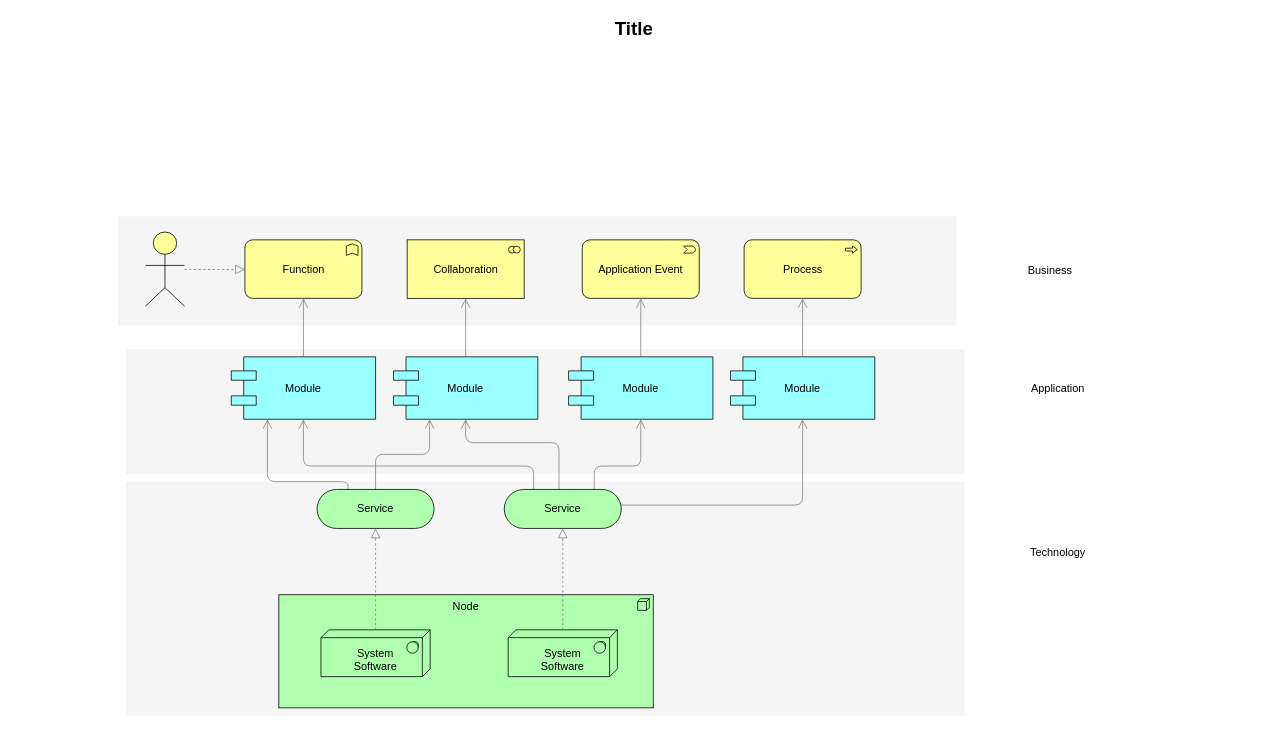
The draw.io diagram Untitled Diagram.drawio in wangrusheng/k, before the edit. Source tidied: cells renumbered, new cells numbered last; positions are measured from the earlier drawing's top-left corner, leaving out a move shared by most shapes. Both pictures are drawn from the tidied source at 78%, with x=0, y=0 at pixel (13, 13).
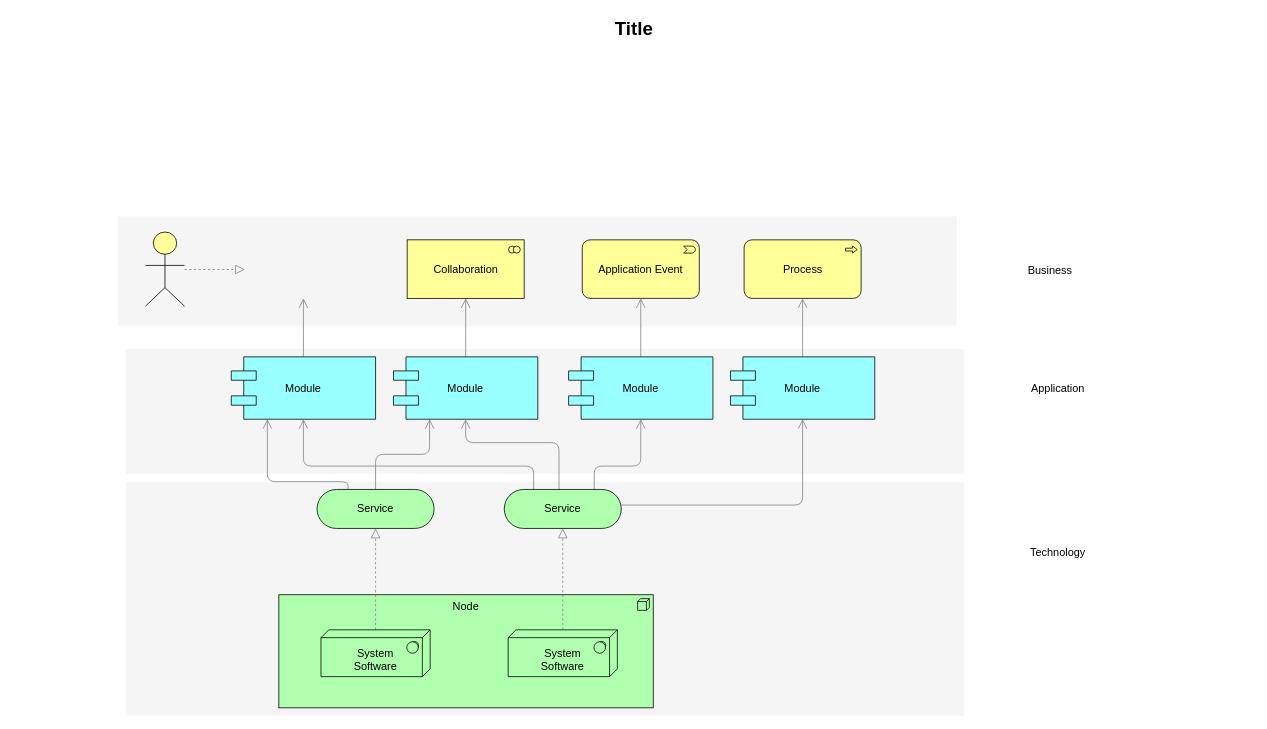
The same diagram, later.

The change refers to these unchanged cells:
```xml
<mxCell id="19" value="Module" style="shape=component;align=center;fillColor=#99ffff;gradientColor=none;fontSize=14;" parent="1" vertex="1">
  <mxGeometry x="279" y="440" width="185" height="80" as="geometry" />
</mxCell>
<mxCell id="34" style="html=1;whiteSpace=wrap;fillColor=#ffff99;shape=mxgraph.archimate3.actor;fontSize=14;" parent="1" vertex="1">
  <mxGeometry x="169" y="280" width="50" height="95" as="geometry" />
</mxCell>
```

What changed in the source:
```diff
@@
-    <mxCell id="18" style="edgeStyle=elbowEdgeStyle;rounded=1;elbow=vertical;html=1;startSize=10;endArrow=open;endFill=0;endSize=10;jettySize=auto;strokeColor=#808080;fontSize=14;" parent="1" edge="1" source="19" target="26">
-      <mxGeometry relative="1" as="geometry" />
+    <mxCell id="18" style="edgeStyle=elbowEdgeStyle;rounded=1;elbow=vertical;html=1;startSize=10;endArrow=open;endFill=0;endSize=10;jettySize=auto;strokeColor=#808080;fontSize=14;" parent="1" edge="1" source="19">
+      <mxGeometry relative="1" as="geometry">
+        <mxPoint x="371.5" y="365" as="targetPoint" />
+      </mxGeometry>
     </mxCell>
@@
-    <mxCell id="26" value="Function" style="html=1;whiteSpace=wrap;fillColor=#ffff99;shape=mxgraph.archimate3.application;appType=func;archiType=rounded;fontSize=14;" parent="1" vertex="1">
-      <mxGeometry x="296.5" y="290" width="150" height="75" as="geometry" />
-    </mxCell>
@@
-    <mxCell id="33" style="edgeStyle=elbowEdgeStyle;rounded=1;elbow=vertical;html=1;dashed=1;startSize=10;endArrow=block;endFill=0;endSize=10;jettySize=auto;strokeColor=#808080;fontSize=14;" parent="1" edge="1" source="34" target="26">
-      <mxGeometry relative="1" as="geometry" />
+    <mxCell id="33" style="edgeStyle=elbowEdgeStyle;rounded=1;elbow=vertical;html=1;dashed=1;startSize=10;endArrow=block;endFill=0;endSize=10;jettySize=auto;strokeColor=#808080;fontSize=14;" parent="1" edge="1" source="34">
+      <mxGeometry relative="1" as="geometry">
+        <mxPoint x="296.5" y="328" as="targetPoint" />
+      </mxGeometry>
     </mxCell>
```
